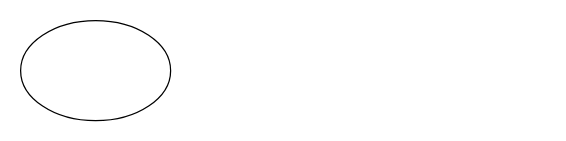
The draw.io diagram docs/99_img/Untitled Diagram.drawio in lekhrajdinkar/senior-system-engineer, before the edit. Source tidied: cells renumbered, new cells numbered last; positions are measured from the earlier drawing's top-left corner, leaving out a move shared by most shapes. Both pictures are drawn from the tidied source at 125%, with x=0, y=0 at pixel (20, 20).
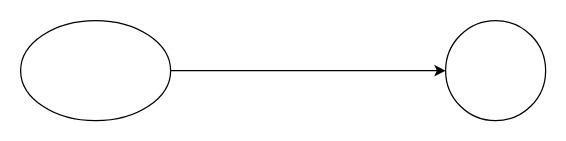
The same diagram, later.

Change to the diagram source:
```diff
@@
 <mxGraphModel>
   <root>
     <mxCell id="0" />
     <mxCell id="1" parent="0" />
+    <mxCell id="3" style="edgeStyle=orthogonalEdgeStyle;rounded=0;jettySize=auto;html=1;entryX=0;entryY=0.5;entryDx=0;entryDy=0;" parent="1" edge="1" source="2" target="4">
+      <mxGeometry relative="1" as="geometry" />
+    </mxCell>
     <mxCell id="2" style="ellipse;whiteSpace=wrap;html=1;" parent="1" vertex="1">
       <mxGeometry width="120" height="80" as="geometry" />
     </mxCell>
+    <mxCell id="4" style="ellipse;whiteSpace=wrap;html=1;" parent="1" vertex="1">
+      <mxGeometry x="340" width="80" height="80" as="geometry" />
+    </mxCell>
   </root>
 </mxGraphModel>
```
